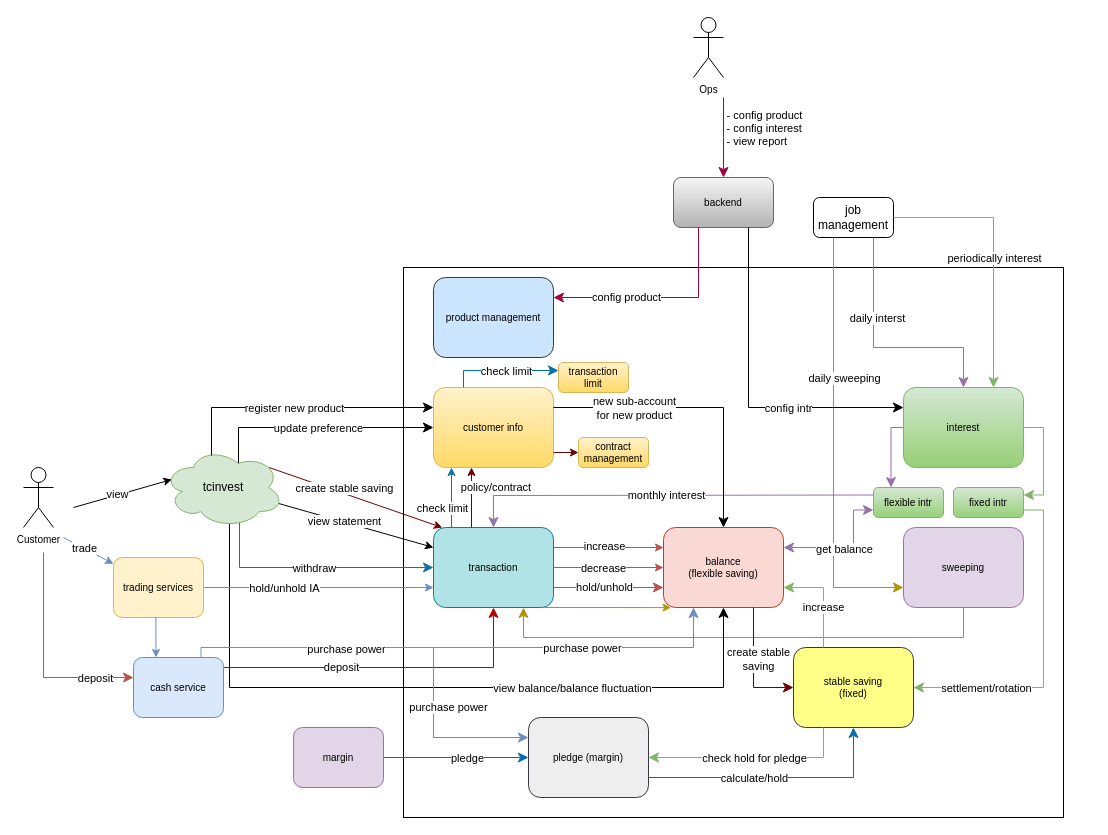
The draw.io diagram cash_deposit_detail.drawio in khuynhthanhchiluyen/draw.io, before the edit. Source tidied: cells renumbered, new cells numbered last; positions are measured from the earlier drawing's top-left corner, leaving out a move shared by most shapes. Both pictures are drawn from the tidied source at 100%, with x=0, y=0 at pixel (23, 17).
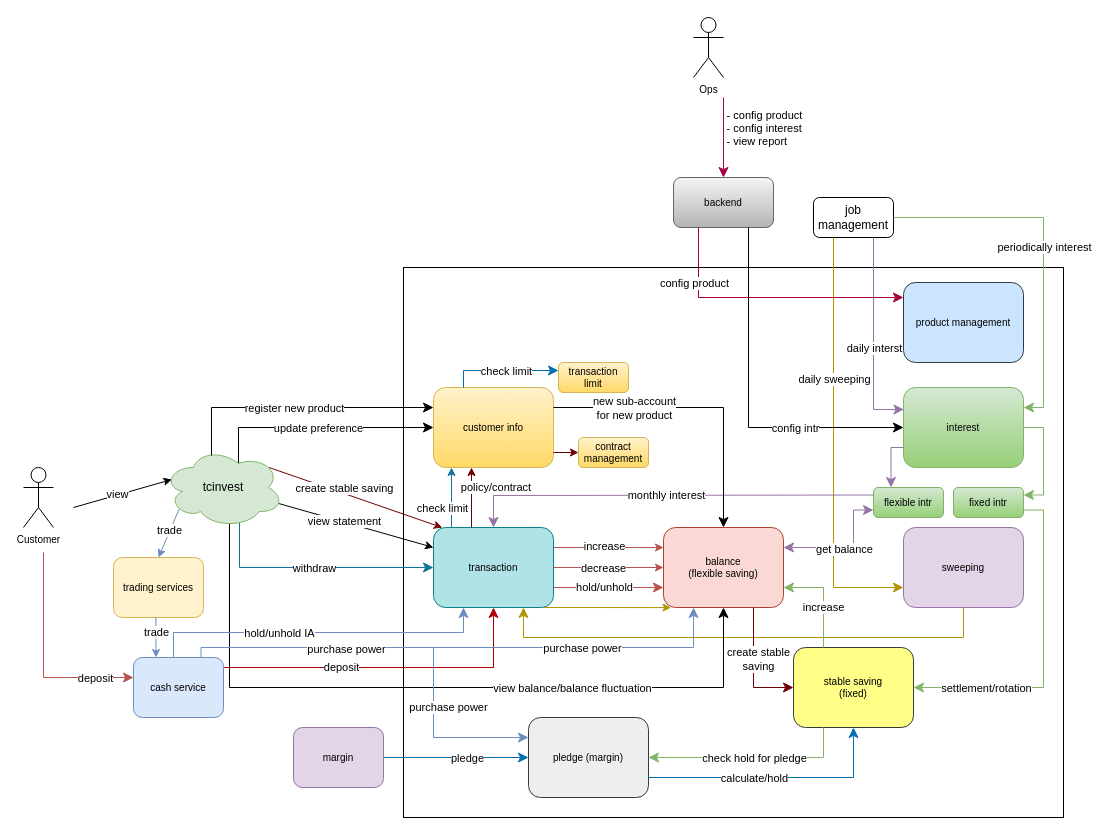
The same page after the edit.

The change refers to these unchanged cells:
```xml
<mxCell id="4" value="transaction" style="rounded=1;whiteSpace=wrap;html=1;fontSize=10;fillColor=#b0e3e6;strokeColor=#0e8088;" parent="1" vertex="1">
  <mxGeometry x="410" y="510" width="120" height="80" as="geometry" />
</mxCell>
<mxCell id="5" value="backend" style="rounded=1;whiteSpace=wrap;html=1;fontSize=10;fillColor=#f5f5f5;gradientColor=#b3b3b3;strokeColor=#666666;" parent="1" vertex="1">
  <mxGeometry x="650" y="160" width="100" height="50" as="geometry" />
</mxCell>
<mxCell id="9" value="interest" style="rounded=1;whiteSpace=wrap;html=1;fontSize=10;fillColor=#d5e8d4;gradientColor=#97d077;strokeColor=#82b366;" parent="1" vertex="1">
  <mxGeometry x="880" y="370" width="120" height="80" as="geometry" />
</mxCell>
<mxCell id="14" value="job management" style="rounded=1;whiteSpace=wrap;html=1;" parent="1" vertex="1">
  <mxGeometry x="790" y="180" width="80" height="40" as="geometry" />
</mxCell>
<mxCell id="20" style="edgeStyle=elbowEdgeStyle;elbow=vertical;endArrow=classic;html=1;curved=0;rounded=0;endSize=8;startSize=8;exitX=0.25;exitY=1;exitDx=0;exitDy=0;fillColor=#e3c800;strokeColor=#B09500;" parent="1" edge="1" source="14">
  <mxGeometry relative="1" as="geometry">
    <mxPoint x="880" y="570" as="targetPoint" />
    <Array as="points">
      <mxPoint x="830" y="570" />
      <mxPoint x="860" y="480" />
    </Array>
  </mxGeometry>
</mxCell>
<mxCell id="33" value="flexible intr" style="rounded=1;whiteSpace=wrap;html=1;fontSize=10;fillColor=#d5e8d4;gradientColor=#97d077;strokeColor=#82b366;" parent="1" vertex="1">
  <mxGeometry x="850" y="470" width="70" height="30" as="geometry" />
</mxCell>
<mxCell id="78" value="tcinvest" style="ellipse;shape=cloud;whiteSpace=wrap;html=1;fillColor=#d5e8d4;strokeColor=#82b366;" parent="1" vertex="1">
  <mxGeometry x="140" y="430" width="120" height="80" as="geometry" />
</mxCell>
<mxCell id="81" value="trading services" style="rounded=1;whiteSpace=wrap;html=1;fontSize=10;fillColor=#fff2cc;strokeColor=#d6b656;" parent="1" vertex="1">
  <mxGeometry x="90" y="540" width="90" height="60" as="geometry" />
</mxCell>
<mxCell id="84" value="cash service" style="rounded=1;whiteSpace=wrap;html=1;fontSize=10;fillColor=#dae8fc;strokeColor=#6c8ebf;" parent="1" vertex="1">
  <mxGeometry x="110" y="640" width="90" height="60" as="geometry" />
</mxCell>
<mxCell id="97" style="endArrow=classic;html=1;rounded=0;exitX=0.471;exitY=0.993;exitDx=0;exitDy=0;entryX=0.25;entryY=0;entryDx=0;entryDy=0;exitPerimeter=0;fillColor=#dae8fc;strokeColor=#6c8ebf;" parent="1" edge="1" source="81" target="84">
  <mxGeometry relative="1" as="geometry" />
</mxCell>
```

Change to the diagram source:
```diff
@@
-    <mxCell id="16" style="edgeStyle=elbowEdgeStyle;elbow=vertical;endArrow=classic;html=1;curved=0;rounded=0;endSize=8;startSize=8;exitX=0.75;exitY=1;exitDx=0;exitDy=0;entryX=0.5;entryY=0;entryDx=0;entryDy=0;fillColor=#e1d5e7;strokeColor=#9673a6;" parent="1" edge="1" source="14" target="9">
+    <mxCell id="16" style="edgeStyle=elbowEdgeStyle;elbow=vertical;endArrow=classic;html=1;curved=0;rounded=0;endSize=8;startSize=8;exitX=0.75;exitY=1;exitDx=0;exitDy=0;entryX=0.004;entryY=0.273;entryDx=0;entryDy=0;fillColor=#e1d5e7;strokeColor=#9673a6;entryPerimeter=0;" parent="1" edge="1" source="14" target="9">
       <mxGeometry relative="1" as="geometry">
         <Array as="points">
-          <mxPoint x="930" y="330" />
+          <mxPoint x="870" y="392" />
         </Array>
       </mxGeometry>
     </mxCell>
     <mxCell id="17" value="daily interst" style="edgeLabel;html=1;align=center;verticalAlign=middle;" parent="16" vertex="1">
       <mxGeometry x="-0.11" y="3" relative="1" as="geometry">
-        <mxPoint y="-27" as="offset" />
+        <mxPoint x="-3" y="20" as="offset" />
       </mxGeometry>
     </mxCell>
@@
     <mxCell id="21" value="daily sweeping" style="edgeLabel;html=1;align=center;verticalAlign=middle;fontColor=default;" parent="20" vertex="1">
       <mxGeometry x="0.17" y="-1" relative="1" as="geometry">
-        <mxPoint x="11" y="-106" as="offset" />
+        <mxPoint x="1" y="-105" as="offset" />
       </mxGeometry>
     </mxCell>
@@
-    <mxCell id="27" style="edgeStyle=elbowEdgeStyle;elbow=vertical;endArrow=classic;html=1;curved=0;rounded=0;endSize=8;startSize=8;fontColor=default;entryX=0.75;entryY=0;entryDx=0;entryDy=0;exitX=1;exitY=0.5;exitDx=0;exitDy=0;fillColor=#d5e8d4;gradientColor=#97d077;strokeColor=#82b366;" parent="1" edge="1" source="14" target="9">
+    <mxCell id="27" style="edgeStyle=elbowEdgeStyle;elbow=vertical;endArrow=classic;html=1;curved=0;rounded=0;endSize=8;startSize=8;fontColor=default;entryX=1;entryY=0.25;entryDx=0;entryDy=0;exitX=1;exitY=0.5;exitDx=0;exitDy=0;fillColor=#d5e8d4;gradientColor=#97d077;strokeColor=#82b366;" parent="1" edge="1" source="14" target="9">
       <mxGeometry relative="1" as="geometry">
         <Array as="points">
-          <mxPoint x="920" y="200" />
+          <mxPoint x="1020" y="200" />
           <mxPoint x="950" y="270" />
         </Array>
       </mxGeometry>
     </mxCell>
     <mxCell id="28" value="periodically interest" style="edgeLabel;html=1;align=center;verticalAlign=middle;fontColor=default;" parent="27" vertex="1">
-      <mxGeometry x="0.04" relative="1" as="geometry" />
+      <mxGeometry x="0.04" relative="1" as="geometry">
+        <mxPoint y="-8" as="offset" />
+      </mxGeometry>
     </mxCell>
@@
-    <mxCell id="36" style="edgeStyle=elbowEdgeStyle;elbow=vertical;endArrow=classic;html=1;curved=0;rounded=0;endSize=8;startSize=8;fontColor=default;exitX=0;exitY=0.5;exitDx=0;exitDy=0;entryX=0.25;entryY=0;entryDx=0;entryDy=0;fillColor=#e1d5e7;strokeColor=#9673a6;" parent="1" edge="1" source="9" target="33">
+    <mxCell id="36" style="edgeStyle=elbowEdgeStyle;elbow=vertical;endArrow=classic;html=1;curved=0;rounded=0;endSize=8;startSize=8;fontColor=default;entryX=0.25;entryY=0;entryDx=0;entryDy=0;fillColor=#e1d5e7;strokeColor=#9673a6;" parent="1" edge="1" target="33">
       <mxGeometry relative="1" as="geometry">
+        <mxPoint x="880" y="430" as="sourcePoint" />
         <Array as="points">
-          <mxPoint x="870" y="410" />
+          <mxPoint x="870" y="430" />
         </Array>
       </mxGeometry>
     </mxCell>
-    <mxCell id="37" style="edgeStyle=elbowEdgeStyle;elbow=vertical;endArrow=classic;html=1;curved=0;rounded=0;endSize=8;startSize=8;fontColor=default;exitX=0.75;exitY=1;exitDx=0;exitDy=0;entryX=0;entryY=0.25;entryDx=0;entryDy=0;" parent="1" edge="1" source="5" target="9">
+    <mxCell id="37" style="edgeStyle=elbowEdgeStyle;elbow=vertical;endArrow=classic;html=1;curved=0;rounded=0;endSize=8;startSize=8;fontColor=default;exitX=0.75;exitY=1;exitDx=0;exitDy=0;entryX=0;entryY=0.5;entryDx=0;entryDy=0;" parent="1" edge="1" source="5" target="9">
       <mxGeometry relative="1" as="geometry">
         <Array as="points">
+          <mxPoint x="730" y="410" />
           <mxPoint x="810" y="390" />
         </Array>
       </mxGeometry>
     </mxCell>
     <mxCell id="38" value="config intr" style="edgeLabel;html=1;align=center;verticalAlign=middle;fontColor=default;" parent="37" vertex="1">
       <mxGeometry x="0.29" relative="1" as="geometry">
-        <mxPoint x="3" as="offset" />
+        <mxPoint x="17" as="offset" />
       </mxGeometry>
     </mxCell>
@@
-    <mxCell id="50" style="endArrow=classic;html=1;rounded=0;strokeColor=#6c8ebf;fontColor=default;elbow=vertical;entryX=0;entryY=0.75;entryDx=0;entryDy=0;fillColor=#dae8fc;gradientColor=#7ea6e0;" parent="1" edge="1" source="81" target="4">
-      <mxGeometry relative="1" as="geometry" />
-    </mxCell>
-    <mxCell id="51" value="hold/unhold IA" style="edgeLabel;html=1;align=center;verticalAlign=middle;fontColor=default;" parent="50" vertex="1">
-      <mxGeometry x="-0.34" relative="1" as="geometry">
-        <mxPoint x="4" as="offset" />
-      </mxGeometry>
-    </mxCell>
@@
     <mxCell id="75" value="product management" style="rounded=1;whiteSpace=wrap;html=1;fontSize=10;fillColor=#cce5ff;strokeColor=#36393d;" parent="1" vertex="1">
-      <mxGeometry x="410" y="260" width="120" height="80" as="geometry" />
+      <mxGeometry x="880" y="265" width="120" height="80" as="geometry" />
     </mxCell>
-    <mxCell id="76" style="edgeStyle=elbowEdgeStyle;elbow=vertical;endArrow=classic;html=1;curved=0;rounded=0;endSize=8;startSize=8;exitX=0.25;exitY=1;exitDx=0;exitDy=0;fillColor=#d80073;strokeColor=#A50040;entryX=1;entryY=0.25;entryDx=0;entryDy=0;" parent="1" edge="1" source="5" target="75">
+    <mxCell id="76" style="edgeStyle=elbowEdgeStyle;elbow=vertical;endArrow=classic;html=1;curved=0;rounded=0;endSize=8;startSize=8;exitX=0.25;exitY=1;exitDx=0;exitDy=0;fillColor=#d80073;strokeColor=#A50040;" parent="1" edge="1" source="5">
       <mxGeometry relative="1" as="geometry">
+        <mxPoint x="880" y="280" as="targetPoint" />
         <Array as="points">
           <mxPoint x="660" y="280" />
           <mxPoint x="680" y="290" />
         </Array>
       </mxGeometry>
     </mxCell>
     <mxCell id="77" value="config product" style="edgeLabel;html=1;align=center;verticalAlign=middle;" parent="76" vertex="1">
       <mxGeometry x="0.7" relative="1" as="geometry">
-        <mxPoint x="40" y="-1" as="offset" />
+        <mxPoint x="-169" y="-15" as="offset" />
       </mxGeometry>
     </mxCell>
@@
-    <mxCell id="82" style="endArrow=classic;html=1;rounded=0;fillColor=#dae8fc;gradientColor=#7ea6e0;strokeColor=#6c8ebf;" parent="1" edge="1" target="81">
-      <mxGeometry relative="1" as="geometry">
-        <mxPoint x="40" y="520" as="sourcePoint" />
-      </mxGeometry>
-    </mxCell>
-    <mxCell id="83" value="trade" style="edgeLabel;html=1;align=center;verticalAlign=middle;" parent="82" vertex="1">
-      <mxGeometry x="-0.32" y="1" relative="1" as="geometry">
-        <mxPoint x="3" y="3" as="offset" />
-      </mxGeometry>
-    </mxCell>
@@
+    <mxCell id="98" value="trade" style="edgeLabel;html=1;align=center;verticalAlign=middle;" parent="97" vertex="1">
+      <mxGeometry x="-0.52" relative="1" as="geometry">
+        <mxPoint y="5" as="offset" />
+      </mxGeometry>
+    </mxCell>
+    <mxCell id="99" style="endArrow=classic;html=1;rounded=0;exitX=0.13;exitY=0.77;exitDx=0;exitDy=0;exitPerimeter=0;entryX=0.5;entryY=0;entryDx=0;entryDy=0;fillColor=#dae8fc;strokeColor=#6c8ebf;" parent="1" edge="1" source="78" target="81">
+      <mxGeometry relative="1" as="geometry" />
+    </mxCell>
+    <mxCell id="100" value="trade" style="edgeLabel;html=1;align=center;verticalAlign=middle;" parent="99" vertex="1">
+      <mxGeometry x="-0.13" y="-1" relative="1" as="geometry" />
+    </mxCell>
+    <mxCell id="101" style="edgeStyle=elbowEdgeStyle;elbow=vertical;endArrow=classic;html=1;curved=0;rounded=0;endSize=8;startSize=8;exitX=0.444;exitY=0;exitDx=0;exitDy=0;exitPerimeter=0;entryX=0.25;entryY=1;entryDx=0;entryDy=0;fillColor=#dae8fc;strokeColor=#6c8ebf;" parent="1" edge="1" source="84" target="4">
+      <mxGeometry relative="1" as="geometry" />
+    </mxCell>
+    <mxCell id="51" value="hold/unhold IA" style="edgeLabel;html=1;align=center;verticalAlign=middle;" parent="101" vertex="1">
+      <mxGeometry x="-0.26" relative="1" as="geometry">
+        <mxPoint x="5" as="offset" />
+      </mxGeometry>
+    </mxCell>
```
